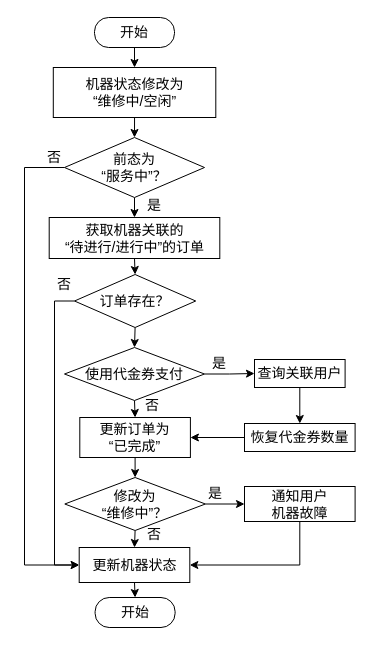
Above: 机器状态设置流程图.drawio in mochaDMQ/myPicture (draw.io), before the change. Source tidied: cells renumbered, new cells numbered last; positions are measured from the earlier drawing's top-left corner, leaving out a move shared by most shapes. Both pictures are drawn from the tidied source at 100%, with x=0, y=0 at pixel (24, 17).
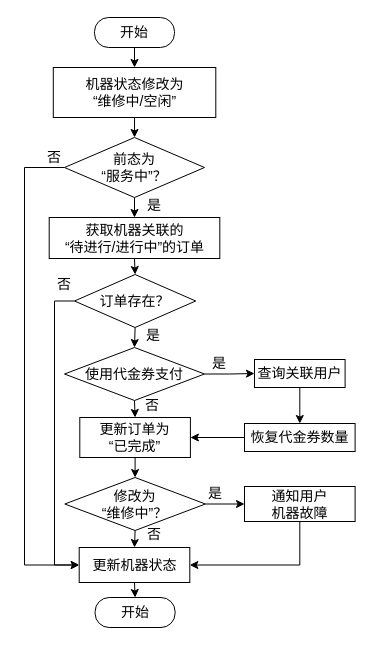
After the change.

Commit message:
更新机器状态设置流程图.drawio

The edit, as a diff of the source:
```diff
@@
+    <mxCell id="38" value="是" style="text;html=1;align=center;verticalAlign=middle;whiteSpace=wrap;rounded=0;fontFamily=宋体;fontSize=14;" parent="1" vertex="1">
+      <mxGeometry x="119" y="308" width="20" height="20" as="geometry" />
+    </mxCell>
```
